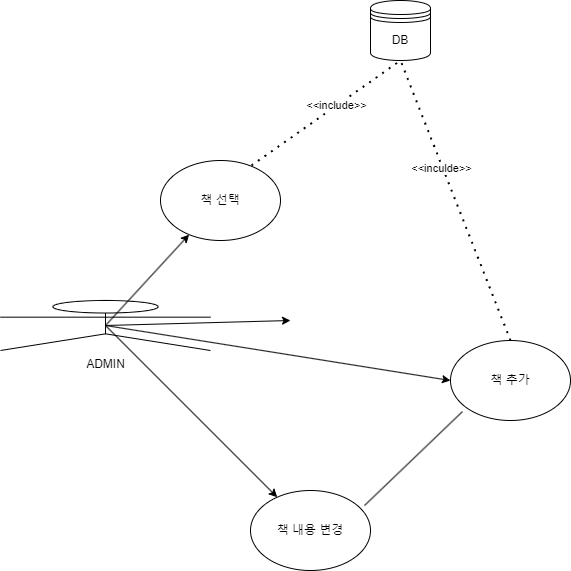
Above: 도서관리 use-case.png in junHyeokP/Algorithm (draw.io), before the change. Source tidied: cells renumbered, new cells last; positions are measured from the earlier drawing's top-left corner, leaving out a move shared by most shapes.
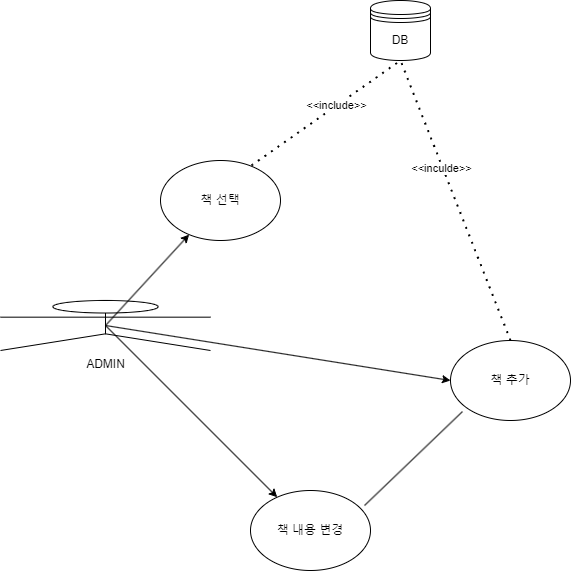
Above is the later version.

Commit message:
도서관리 use-case.png 업데이트

The edit, as a diff of the source:
```diff
@@ -26,11 +26,6 @@
     <mxCell id="9" value="책 내용 변경" style="ellipse;whiteSpace=wrap;html=1;" parent="1" vertex="1">
       <mxGeometry x="250" y="490" width="120" height="80" as="geometry" />
     </mxCell>
-    <mxCell id="10" style="endArrow=classic;html=1;rounded=0;exitX=0.5;exitY=0.5;exitDx=0;exitDy=0;exitPerimeter=0;" parent="1" edge="1" source="3">
-      <mxGeometry relative="1" as="geometry">
-        <mxPoint x="290" y="320" as="targetPoint" />
-      </mxGeometry>
-    </mxCell>
     <mxCell id="11" style="endArrow=none;html=1;rounded=0;exitX=0.95;exitY=0.188;exitDx=0;exitDy=0;exitPerimeter=0;entryX=0.1;entryY=0.888;entryDx=0;entryDy=0;entryPerimeter=0;" parent="1" edge="1" source="9" target="2">
       <mxGeometry relative="1" as="geometry" />
     </mxCell>
```
